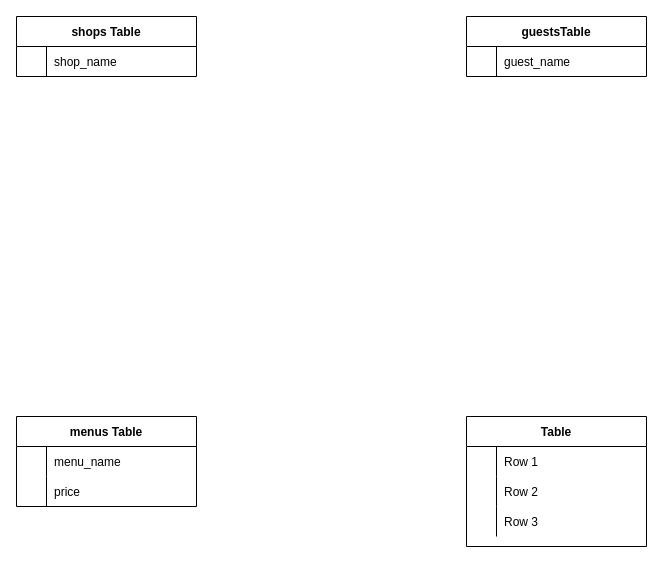
This is oais.dio from zaziden/oaiso, a draw.io file, before an edit. Source tidied: cells renumbered, new cells numbered last; positions are measured from the earlier drawing's top-left corner, leaving out a move shared by most shapes. Both pictures are drawn from the tidied source at 100%, with x=0, y=0 at pixel (16, 16).
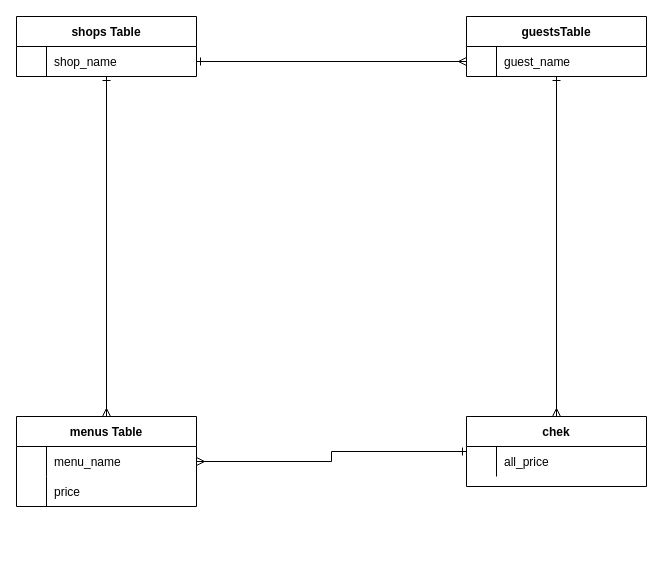
The same page after the edit.

The change refers to these unchanged cells:
```xml
<mxCell id="2" value="guestsTable" style="shape=table;startSize=30;childLayout=tableLayout;rowLines=0;fontStyle=1;align=center;" parent="1" vertex="1">
  <mxGeometry x="450" width="180" height="60" as="geometry" />
</mxCell>
<mxCell id="3" style="shape=partialRectangle;fillColor=none;top=0;left=0;bottom=0;right=0;points=[[0,0.5],[1,0.5]];portConstraint=eastwest;" parent="2" vertex="1">
  <mxGeometry y="30" width="180" height="30" as="geometry" />
</mxCell>
<mxCell id="6" value="shops Table" style="shape=table;startSize=30;childLayout=tableLayout;rowLines=0;fontStyle=1;align=center;" parent="1" vertex="1">
  <mxGeometry width="180" height="60" as="geometry" />
</mxCell>
<mxCell id="7" style="shape=partialRectangle;fillColor=none;top=0;left=0;bottom=0;right=0;points=[[0,0.5],[1,0.5]];portConstraint=eastwest;" parent="6" vertex="1">
  <mxGeometry y="30" width="180" height="30" as="geometry" />
</mxCell>
<mxCell id="10" value="menus Table" style="shape=table;startSize=30;childLayout=tableLayout;rowLines=0;fontStyle=1;align=center;" parent="1" vertex="1">
  <mxGeometry y="400" width="180" height="90" as="geometry" />
</mxCell>
<mxCell id="11" style="shape=partialRectangle;fillColor=none;top=0;left=0;bottom=0;right=0;points=[[0,0.5],[1,0.5]];portConstraint=eastwest;" parent="10" vertex="1">
  <mxGeometry y="30" width="180" height="30" as="geometry" />
</mxCell>
<mxCell id="18" style="shape=partialRectangle;fillColor=none;top=0;left=0;bottom=0;right=0;" parent="17" vertex="1">
  <mxGeometry y="30" width="180" height="30" as="geometry" />
</mxCell>
```

The edit, as a diff of the source:
```diff
@@
+    <mxCell id="27" style="edgeStyle=orthogonalEdgeStyle;rounded=0;jettySize=auto;html=1;entryX=0.5;entryY=0;entryDx=0;entryDy=0;startArrow=ERone;startFill=0;endArrow=ERmany;endFill=0;" parent="1" edge="1" source="2" target="17">
+      <mxGeometry relative="1" as="geometry" />
+    </mxCell>
@@
+    <mxCell id="26" style="edgeStyle=orthogonalEdgeStyle;rounded=0;jettySize=auto;html=1;entryX=0.5;entryY=0;entryDx=0;entryDy=0;endArrow=ERmany;endFill=0;startArrow=ERone;startFill=0;" parent="1" edge="1" source="6" target="10">
+      <mxGeometry relative="1" as="geometry" />
+    </mxCell>
@@
+    <mxCell id="28" style="edgeStyle=orthogonalEdgeStyle;rounded=0;jettySize=auto;html=1;startArrow=ERone;startFill=0;endArrow=ERmany;endFill=0;" parent="1" edge="1" source="17" target="11">
+      <mxGeometry relative="1" as="geometry" />
+    </mxCell>
-    <mxCell id="17" value="Table" style="shape=table;startSize=30;childLayout=tableLayout;rowLines=0;fontStyle=1;align=center;" parent="1" vertex="1">
-      <mxGeometry x="450" y="400" width="180" height="130" as="geometry" />
+    <mxCell id="17" value="chek" style="shape=table;startSize=30;childLayout=tableLayout;rowLines=0;fontStyle=1;align=center;" parent="1" vertex="1">
+      <mxGeometry x="450" y="400" width="180" height="70" as="geometry" />
     </mxCell>
@@
-    <mxCell id="20" value="Row 1" style="shape=partialRectangle;fillColor=none;top=0;left=0;bottom=0;right=0;align=left;spacingLeft=6;overflow=hidden;" parent="18" vertex="1">
+    <mxCell id="20" value="all_price" style="shape=partialRectangle;fillColor=none;top=0;left=0;bottom=0;right=0;align=left;spacingLeft=6;overflow=hidden;" parent="18" vertex="1">
       <mxGeometry x="30" width="150" height="30" as="geometry" />
     </mxCell>
-    <mxCell id="21" style="shape=partialRectangle;fillColor=none;top=0;left=0;bottom=0;right=0;" parent="17" vertex="1">
-      <mxGeometry y="60" width="180" height="30" as="geometry" />
-    </mxCell>
-    <mxCell id="22" style="shape=partialRectangle;fillColor=none;top=0;left=0;bottom=0;right=0;overflow=hidden;" parent="21" vertex="1">
-      <mxGeometry width="30" height="30" as="geometry" />
-    </mxCell>
-    <mxCell id="23" value="Row 2" style="shape=partialRectangle;fillColor=none;top=0;left=0;bottom=0;right=0;align=left;spacingLeft=6;overflow=hidden;" parent="21" vertex="1">
-      <mxGeometry x="30" width="150" height="30" as="geometry" />
-    </mxCell>
-    <mxCell id="24" style="shape=partialRectangle;fillColor=none;top=0;left=0;bottom=0;right=0;" parent="17" vertex="1">
-      <mxGeometry y="90" width="180" height="30" as="geometry" />
-    </mxCell>
-    <mxCell id="25" style="shape=partialRectangle;fillColor=none;top=0;left=0;bottom=0;right=0;overflow=hidden;" parent="24" vertex="1">
-      <mxGeometry width="30" height="30" as="geometry" />
-    </mxCell>
-    <mxCell id="26" value="Row 3" style="shape=partialRectangle;fillColor=none;top=0;left=0;bottom=0;right=0;align=left;spacingLeft=6;overflow=hidden;" parent="24" vertex="1">
-      <mxGeometry x="30" width="150" height="30" as="geometry" />
-    </mxCell>
+    <mxCell id="29" style="edgeStyle=orthogonalEdgeStyle;rounded=0;jettySize=auto;html=1;entryX=0;entryY=0.5;entryDx=0;entryDy=0;startArrow=ERone;startFill=0;endArrow=ERmany;endFill=0;" parent="1" edge="1" source="7" target="3">
+      <mxGeometry relative="1" as="geometry" />
+    </mxCell>
```
